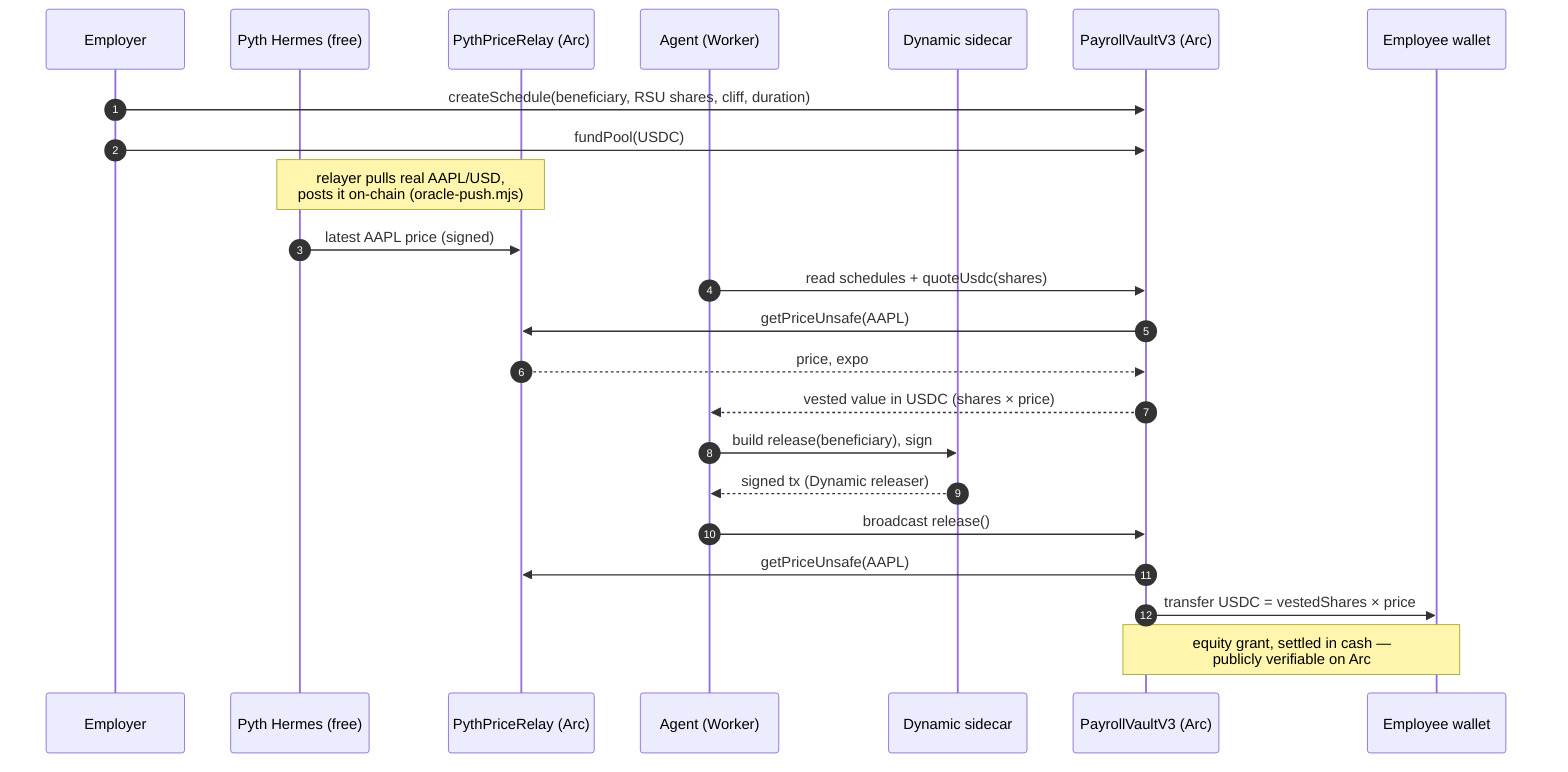
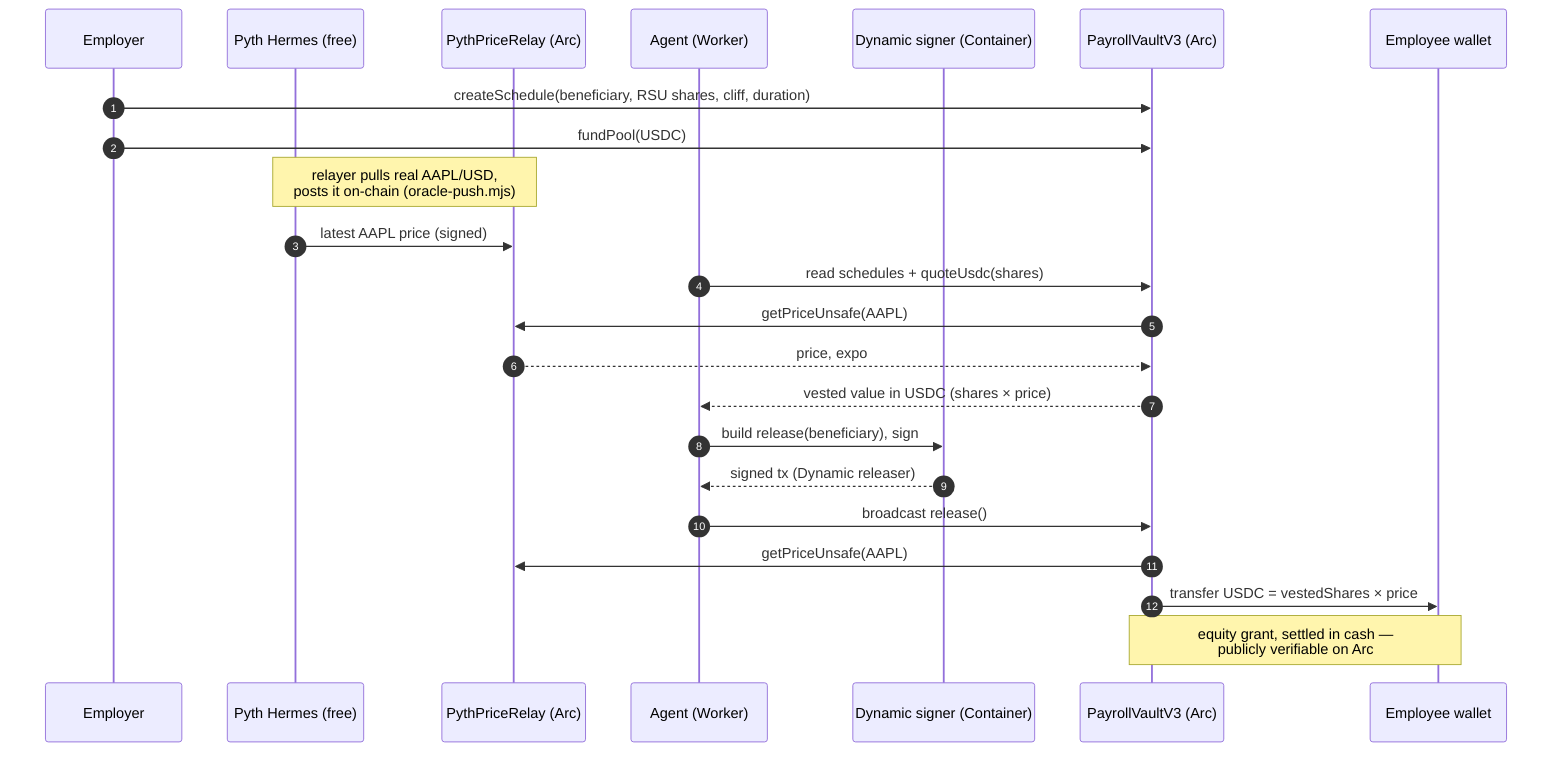
sequenceDiagram
  autonumber
  participant E as Employer
  participant H as Pyth Hermes (free)
  participant R as PythPriceRelay (Arc)
  participant A as Agent (Worker)
-   participant S as Dynamic sidecar
+   participant S as Dynamic signer (Container)
  participant V as PayrollVaultV3 (Arc)
  participant B as Employee wallet

  E->>V: createSchedule(beneficiary, RSU shares, cliff, duration)
  E->>V: fundPool(USDC)
  Note over H,R: relayer pulls real AAPL/USD,<br/>posts it on-chain (oracle-push.mjs)
  H->>R: latest AAPL price (signed)
  A->>V: read schedules + quoteUsdc(shares)
  V->>R: getPriceUnsafe(AAPL)
  R-->>V: price, expo
  V-->>A: vested value in USDC (shares × price)
  A->>S: build release(beneficiary), sign
  S-->>A: signed tx (Dynamic releaser)
  A->>V: broadcast release()
  V->>R: getPriceUnsafe(AAPL)
  V->>B: transfer USDC = vestedShares × price
  Note over V,B: equity grant, settled in cash —<br/>publicly verifiable on Arc
